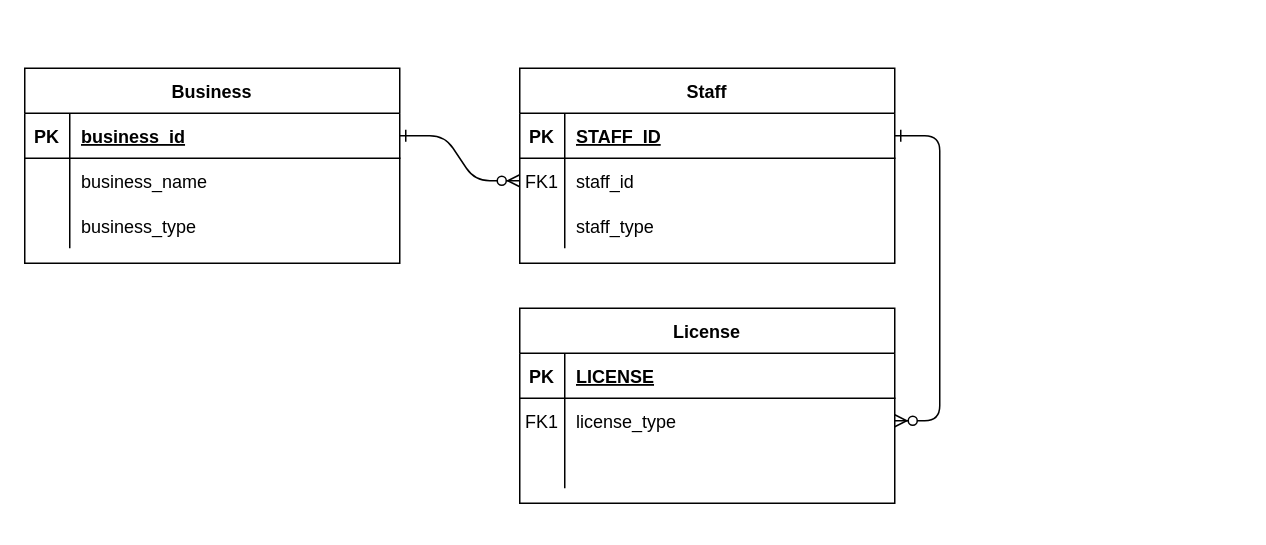
Earlier version of the draw.io diagram hw1.drawio (khiro-ptera/cs585). Source tidied: cells renumbered, new cells numbered last; positions are measured from the earlier drawing's top-left corner, leaving out a move shared by most shapes. Both pictures are drawn from the tidied source at 150%, with x=0, y=0 at pixel (24, 68).
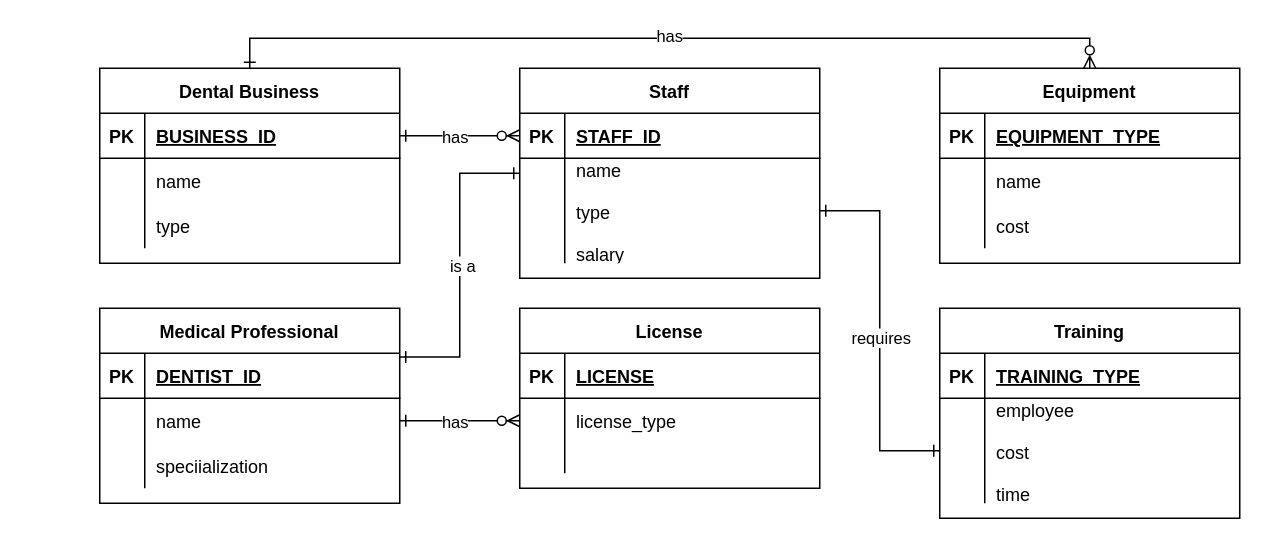
The same diagram, later.

Diff of the diagram source:
```diff
@@
-    <mxCell id="2" style="edgeStyle=entityRelationEdgeStyle;endArrow=ERzeroToMany;startArrow=ERone;endFill=1;startFill=0;" parent="1" edge="1" source="25" target="8">
+    <mxCell id="2" style="edgeStyle=entityRelationEdgeStyle;endArrow=ERzeroToMany;startArrow=ERone;endFill=1;startFill=0;entryX=0;entryY=0.5;entryDx=0;entryDy=0;" parent="1" edge="1" source="25" target="5">
       <mxGeometry relative="1" as="geometry" />
     </mxCell>
+    <mxCell id="34" value="has" style="edgeLabel;html=1;align=center;verticalAlign=middle;" parent="2" vertex="1">
+      <mxGeometry x="-0.07" relative="1" as="geometry">
+        <mxPoint x="-1" as="offset" />
+      </mxGeometry>
+    </mxCell>
-    <mxCell id="3" style="edgeStyle=entityRelationEdgeStyle;endArrow=ERzeroToMany;startArrow=ERone;endFill=1;startFill=0;" parent="1" edge="1" source="5" target="18">
+    <mxCell id="3" style="edgeStyle=entityRelationEdgeStyle;endArrow=ERzeroToMany;startArrow=ERone;endFill=1;startFill=0;entryX=0;entryY=0.5;entryDx=0;entryDy=0;exitX=1;exitY=0.5;exitDx=0;exitDy=0;" parent="1" edge="1" source="44" target="18">
       <mxGeometry relative="1" as="geometry" />
     </mxCell>
+    <mxCell id="35" value="has" style="edgeLabel;html=1;align=center;verticalAlign=middle;" parent="3" vertex="1">
+      <mxGeometry x="-0.09" relative="1" as="geometry" />
+    </mxCell>
+    <mxCell id="36" style="edgeStyle=orthogonalEdgeStyle;rounded=0;jettySize=auto;html=1;entryX=1;entryY=0.25;entryDx=0;entryDy=0;endArrow=ERone;endFill=0;startArrow=ERone;startFill=0;" parent="1" edge="1" source="4" target="40">
+      <mxGeometry relative="1" as="geometry" />
+    </mxCell>
+    <mxCell id="37" value="is a" style="edgeLabel;html=1;align=center;verticalAlign=middle;" parent="36" vertex="1">
+      <mxGeometry x="0.25" y="1" relative="1" as="geometry">
+        <mxPoint y="-26" as="offset" />
+      </mxGeometry>
+    </mxCell>
     <mxCell id="4" value="Staff" style="shape=table;startSize=30;childLayout=tableLayout;rowLines=0;fontStyle=1;align=center;" parent="1" vertex="1">
-      <mxGeometry x="330" width="250" height="130" as="geometry" />
+      <mxGeometry x="330" width="200" height="140" as="geometry" />
     </mxCell>
     <mxCell id="5" style="shape=partialRectangle;fillColor=none;points=[[0,0.5],[1,0.5]];portConstraint=eastwest;top=0;left=0;right=0;bottom=1;" parent="4" vertex="1">
-      <mxGeometry y="30" width="250" height="30" as="geometry" />
+      <mxGeometry y="30" width="200" height="30" as="geometry" />
     </mxCell>
@@
     <mxCell id="7" value="STAFF_ID" style="shape=partialRectangle;overflow=hidden;fillColor=none;top=0;left=0;bottom=0;right=0;align=left;spacingLeft=6;fontStyle=5;" parent="5" vertex="1">
-      <mxGeometry x="30" width="220" height="30" as="geometry" />
+      <mxGeometry x="30" width="170" height="30" as="geometry" />
     </mxCell>
     <mxCell id="8" style="shape=partialRectangle;fillColor=none;points=[[0,0.5],[1,0.5]];portConstraint=eastwest;top=0;left=0;right=0;bottom=0;" parent="4" vertex="1">
-      <mxGeometry y="60" width="250" height="30" as="geometry" />
+      <mxGeometry y="60" width="200" height="70" as="geometry" />
     </mxCell>
-    <mxCell id="9" value="FK1" style="shape=partialRectangle;overflow=hidden;fillColor=none;top=0;left=0;bottom=0;right=0;" parent="8" vertex="1">
-      <mxGeometry width="30" height="30" as="geometry" />
+    <mxCell id="9" style="shape=partialRectangle;overflow=hidden;fillColor=none;top=0;left=0;bottom=0;right=0;" parent="8" vertex="1">
+      <mxGeometry width="30" height="70" as="geometry" />
     </mxCell>
-    <mxCell id="10" value="staff_id" style="shape=partialRectangle;overflow=hidden;fillColor=none;top=0;left=0;bottom=0;right=0;align=left;spacingLeft=6;" parent="8" vertex="1">
-      <mxGeometry x="30" width="220" height="30" as="geometry" />
+    <mxCell id="10" value="name&#10;&#10;type&#10;&#10;salary" style="shape=partialRectangle;overflow=hidden;fillColor=none;top=0;left=0;bottom=0;right=0;align=left;spacingLeft=6;" parent="8" vertex="1">
+      <mxGeometry x="30" width="170" height="70" as="geometry" />
     </mxCell>
-    <mxCell id="11" style="shape=partialRectangle;fillColor=none;top=0;left=0;right=0;bottom=0;" parent="4" vertex="1">
-      <mxGeometry y="90" width="250" height="30" as="geometry" />
-    </mxCell>
-    <mxCell id="12" style="shape=partialRectangle;overflow=hidden;fillColor=none;top=0;left=0;bottom=0;right=0;" parent="11" vertex="1">
-      <mxGeometry width="30" height="30" as="geometry" />
-    </mxCell>
-    <mxCell id="13" value="staff_type" style="shape=partialRectangle;overflow=hidden;fillColor=none;top=0;left=0;bottom=0;right=0;align=left;spacingLeft=6;" parent="11" vertex="1">
-      <mxGeometry x="30" width="220" height="30" as="geometry" />
-    </mxCell>
     <mxCell id="14" value="License" style="shape=table;startSize=30;childLayout=tableLayout;rowLines=0;fontStyle=1;align=center;" parent="1" vertex="1">
-      <mxGeometry x="330" y="160" width="250" height="130" as="geometry" />
+      <mxGeometry x="330" y="160" width="200" height="120" as="geometry" />
     </mxCell>
     <mxCell id="15" style="shape=partialRectangle;fillColor=none;top=0;left=0;right=0;bottom=1;" parent="14" vertex="1">
-      <mxGeometry y="30" width="250" height="30" as="geometry" />
+      <mxGeometry y="30" width="200" height="30" as="geometry" />
     </mxCell>
@@
     <mxCell id="17" value="LICENSE" style="shape=partialRectangle;overflow=hidden;fillColor=none;top=0;left=0;bottom=0;right=0;align=left;spacingLeft=6;fontStyle=5;" parent="15" vertex="1">
-      <mxGeometry x="30" width="220" height="30" as="geometry" />
+      <mxGeometry x="30" width="170" height="30" as="geometry" />
     </mxCell>
     <mxCell id="18" style="shape=partialRectangle;fillColor=none;points=[[0,0.5],[1,0.5]];portConstraint=eastwest;top=0;left=0;right=0;bottom=0;" parent="14" vertex="1">
-      <mxGeometry y="60" width="250" height="30" as="geometry" />
+      <mxGeometry y="60" width="200" height="30" as="geometry" />
     </mxCell>
-    <mxCell id="19" value="FK1" style="shape=partialRectangle;overflow=hidden;fillColor=none;top=0;left=0;bottom=0;right=0;" parent="18" vertex="1">
+    <mxCell id="19" style="shape=partialRectangle;overflow=hidden;fillColor=none;top=0;left=0;bottom=0;right=0;" parent="18" vertex="1">
       <mxGeometry width="30" height="30" as="geometry" />
     </mxCell>
     <mxCell id="20" value="license_type" style="shape=partialRectangle;overflow=hidden;fillColor=none;top=0;left=0;bottom=0;right=0;align=left;spacingLeft=6;" parent="18" vertex="1">
-      <mxGeometry x="30" width="220" height="30" as="geometry" />
+      <mxGeometry x="30" width="170" height="30" as="geometry" />
     </mxCell>
     <mxCell id="21" style="shape=partialRectangle;fillColor=none;top=0;left=0;right=0;bottom=0;" parent="14" vertex="1">
-      <mxGeometry y="90" width="250" height="30" as="geometry" />
+      <mxGeometry y="90" width="200" height="20" as="geometry" />
     </mxCell>
     <mxCell id="22" style="shape=partialRectangle;overflow=hidden;fillColor=none;top=0;left=0;bottom=0;right=0;" parent="21" vertex="1">
-      <mxGeometry width="30" height="30" as="geometry" />
+      <mxGeometry width="30" height="20" as="geometry" />
     </mxCell>
     <mxCell id="23" style="shape=partialRectangle;overflow=hidden;fillColor=none;top=0;left=0;bottom=0;right=0;align=left;spacingLeft=6;" parent="21" vertex="1">
-      <mxGeometry x="30" width="220" height="30" as="geometry" />
+      <mxGeometry x="30" width="170" height="20" as="geometry" />
     </mxCell>
+    <mxCell id="38" style="edgeStyle=orthogonalEdgeStyle;rounded=0;jettySize=auto;html=1;exitX=0.5;exitY=0;exitDx=0;exitDy=0;entryX=0.5;entryY=0;entryDx=0;entryDy=0;endArrow=ERzeroToMany;endFill=0;startArrow=ERone;startFill=0;" parent="1" edge="1" source="24" target="51">
+      <mxGeometry relative="1" as="geometry" />
+    </mxCell>
+    <mxCell id="39" value="has" style="edgeLabel;html=1;align=center;verticalAlign=middle;" parent="38" vertex="1">
+      <mxGeometry x="-0.08" y="2" relative="1" as="geometry">
+        <mxPoint x="23" as="offset" />
+      </mxGeometry>
+    </mxCell>
-    <mxCell id="24" value="Business" style="shape=table;startSize=30;childLayout=tableLayout;rowLines=0;fontStyle=1;align=center;" parent="1" vertex="1">
-      <mxGeometry width="250" height="130" as="geometry" />
+    <mxCell id="24" value="Dental Business" style="shape=table;startSize=30;childLayout=tableLayout;rowLines=0;fontStyle=1;align=center;" parent="1" vertex="1">
+      <mxGeometry x="50" width="200" height="130" as="geometry" />
     </mxCell>
     <mxCell id="25" style="shape=partialRectangle;fillColor=none;points=[[0,0.5],[1,0.5]];portConstraint=eastwest;top=0;left=0;right=0;bottom=1;" parent="24" vertex="1">
-      <mxGeometry y="30" width="250" height="30" as="geometry" />
+      <mxGeometry y="30" width="200" height="30" as="geometry" />
     </mxCell>
@@
-    <mxCell id="27" value="business_id" style="shape=partialRectangle;overflow=hidden;fillColor=none;top=0;left=0;bottom=0;right=0;align=left;spacingLeft=6;fontStyle=5;" parent="25" vertex="1">
-      <mxGeometry x="30" width="220" height="30" as="geometry" />
+    <mxCell id="27" value="BUSINESS_ID" style="shape=partialRectangle;overflow=hidden;fillColor=none;top=0;left=0;bottom=0;right=0;align=left;spacingLeft=6;fontStyle=5;" parent="25" vertex="1">
+      <mxGeometry x="30" width="170" height="30" as="geometry" />
     </mxCell>
     <mxCell id="28" style="shape=partialRectangle;fillColor=none;top=0;left=0;right=0;bottom=0;" parent="24" vertex="1">
-      <mxGeometry y="60" width="250" height="30" as="geometry" />
+      <mxGeometry y="60" width="200" height="30" as="geometry" />
     </mxCell>
@@
-    <mxCell id="30" value="business_name" style="shape=partialRectangle;overflow=hidden;fillColor=none;top=0;left=0;bottom=0;right=0;align=left;spacingLeft=6;" parent="28" vertex="1">
-      <mxGeometry x="30" width="220" height="30" as="geometry" />
+    <mxCell id="30" value="name" style="shape=partialRectangle;overflow=hidden;fillColor=none;top=0;left=0;bottom=0;right=0;align=left;spacingLeft=6;" parent="28" vertex="1">
+      <mxGeometry x="30" width="170" height="30" as="geometry" />
     </mxCell>
     <mxCell id="31" style="shape=partialRectangle;fillColor=none;top=0;left=0;right=0;bottom=0;" parent="24" vertex="1">
-      <mxGeometry y="90" width="250" height="30" as="geometry" />
+      <mxGeometry y="90" width="200" height="30" as="geometry" />
     </mxCell>
@@
-    <mxCell id="33" value="business_type" style="shape=partialRectangle;overflow=hidden;fillColor=none;top=0;left=0;bottom=0;right=0;align=left;spacingLeft=6;" parent="31" vertex="1">
-      <mxGeometry x="30" width="220" height="30" as="geometry" />
+    <mxCell id="33" value="type" style="shape=partialRectangle;overflow=hidden;fillColor=none;top=0;left=0;bottom=0;right=0;align=left;spacingLeft=6;" parent="31" vertex="1">
+      <mxGeometry x="30" width="170" height="30" as="geometry" />
     </mxCell>
+    <mxCell id="40" value="Medical Professional" style="shape=table;startSize=30;childLayout=tableLayout;rowLines=0;fontStyle=1;align=center;" parent="1" vertex="1">
+      <mxGeometry x="50" y="160" width="200" height="130" as="geometry" />
+    </mxCell>
+    <mxCell id="41" style="shape=partialRectangle;fillColor=none;top=0;left=0;right=0;bottom=1;" parent="40" vertex="1">
+      <mxGeometry y="30" width="200" height="30" as="geometry" />
+    </mxCell>
+    <mxCell id="42" value="PK" style="shape=partialRectangle;overflow=hidden;fillColor=none;top=0;left=0;bottom=0;right=0;fontStyle=1;" parent="41" vertex="1">
+      <mxGeometry width="30" height="30" as="geometry" />
+    </mxCell>
+    <mxCell id="43" value="DENTIST_ID" style="shape=partialRectangle;overflow=hidden;fillColor=none;top=0;left=0;bottom=0;right=0;align=left;spacingLeft=6;fontStyle=5;" parent="41" vertex="1">
+      <mxGeometry x="30" width="170" height="30" as="geometry" />
+    </mxCell>
+    <mxCell id="44" style="shape=partialRectangle;fillColor=none;points=[[0,0.5],[1,0.5]];portConstraint=eastwest;top=0;left=0;right=0;bottom=0;" parent="40" vertex="1">
+      <mxGeometry y="60" width="200" height="30" as="geometry" />
+    </mxCell>
+    <mxCell id="45" style="shape=partialRectangle;overflow=hidden;fillColor=none;top=0;left=0;bottom=0;right=0;" parent="44" vertex="1">
+      <mxGeometry width="30" height="30" as="geometry" />
+    </mxCell>
+    <mxCell id="46" value="name" style="shape=partialRectangle;overflow=hidden;fillColor=none;top=0;left=0;bottom=0;right=0;align=left;spacingLeft=6;" parent="44" vertex="1">
+      <mxGeometry x="30" width="170" height="30" as="geometry" />
+    </mxCell>
+    <mxCell id="47" style="shape=partialRectangle;fillColor=none;top=0;left=0;right=0;bottom=0;" parent="40" vertex="1">
+      <mxGeometry y="90" width="200" height="30" as="geometry" />
+    </mxCell>
+    <mxCell id="48" style="shape=partialRectangle;overflow=hidden;fillColor=none;top=0;left=0;bottom=0;right=0;" parent="47" vertex="1">
+      <mxGeometry width="30" height="30" as="geometry" />
+    </mxCell>
+    <mxCell id="49" value="speciialization" style="shape=partialRectangle;overflow=hidden;fillColor=none;top=0;left=0;bottom=0;right=0;align=left;spacingLeft=6;" parent="47" vertex="1">
+      <mxGeometry x="30" width="170" height="30" as="geometry" />
+    </mxCell>
+    <mxCell id="50" style="shape=partialRectangle;overflow=hidden;fillColor=none;top=0;left=0;bottom=0;right=0;" parent="1" vertex="1">
+      <mxGeometry x="380" y="200" width="30" height="30" as="geometry" />
+    </mxCell>
+    <mxCell id="51" value="Equipment" style="shape=table;startSize=30;childLayout=tableLayout;rowLines=0;fontStyle=1;align=center;" parent="1" vertex="1">
+      <mxGeometry x="610" width="200" height="130" as="geometry" />
+    </mxCell>
+    <mxCell id="52" style="shape=partialRectangle;fillColor=none;top=0;left=0;right=0;bottom=1;" parent="51" vertex="1">
+      <mxGeometry y="30" width="200" height="30" as="geometry" />
+    </mxCell>
+    <mxCell id="53" value="PK" style="shape=partialRectangle;overflow=hidden;fillColor=none;top=0;left=0;bottom=0;right=0;fontStyle=1;" parent="52" vertex="1">
+      <mxGeometry width="30" height="30" as="geometry" />
+    </mxCell>
+    <mxCell id="54" value="EQUIPMENT_TYPE" style="shape=partialRectangle;overflow=hidden;fillColor=none;top=0;left=0;bottom=0;right=0;align=left;spacingLeft=6;fontStyle=5;" parent="52" vertex="1">
+      <mxGeometry x="30" width="170" height="30" as="geometry" />
+    </mxCell>
+    <mxCell id="55" style="shape=partialRectangle;fillColor=none;top=0;left=0;right=0;bottom=0;" parent="51" vertex="1">
+      <mxGeometry y="60" width="200" height="30" as="geometry" />
+    </mxCell>
+    <mxCell id="56" style="shape=partialRectangle;overflow=hidden;fillColor=none;top=0;left=0;bottom=0;right=0;" parent="55" vertex="1">
+      <mxGeometry width="30" height="30" as="geometry" />
+    </mxCell>
+    <mxCell id="57" value="name" style="shape=partialRectangle;overflow=hidden;fillColor=none;top=0;left=0;bottom=0;right=0;align=left;spacingLeft=6;" parent="55" vertex="1">
+      <mxGeometry x="30" width="170" height="30" as="geometry" />
+    </mxCell>
+    <mxCell id="58" style="shape=partialRectangle;fillColor=none;top=0;left=0;right=0;bottom=0;" parent="51" vertex="1">
+      <mxGeometry y="90" width="200" height="30" as="geometry" />
+    </mxCell>
+    <mxCell id="59" style="shape=partialRectangle;overflow=hidden;fillColor=none;top=0;left=0;bottom=0;right=0;" parent="58" vertex="1">
+      <mxGeometry width="30" height="30" as="geometry" />
+    </mxCell>
+    <mxCell id="60" value="cost" style="shape=partialRectangle;overflow=hidden;fillColor=none;top=0;left=0;bottom=0;right=0;align=left;spacingLeft=6;" parent="58" vertex="1">
+      <mxGeometry x="30" width="170" height="30" as="geometry" />
+    </mxCell>
+    <mxCell id="61" value="Training" style="shape=table;startSize=30;childLayout=tableLayout;rowLines=0;fontStyle=1;align=center;" parent="1" vertex="1">
+      <mxGeometry x="610" y="160" width="200" height="140" as="geometry" />
+    </mxCell>
+    <mxCell id="62" style="shape=partialRectangle;fillColor=none;top=0;left=0;right=0;bottom=1;" parent="61" vertex="1">
+      <mxGeometry y="30" width="200" height="30" as="geometry" />
+    </mxCell>
+    <mxCell id="63" value="PK" style="shape=partialRectangle;overflow=hidden;fillColor=none;top=0;left=0;bottom=0;right=0;fontStyle=1;" parent="62" vertex="1">
+      <mxGeometry width="30" height="30" as="geometry" />
+    </mxCell>
+    <mxCell id="64" value="TRAINING_TYPE" style="shape=partialRectangle;overflow=hidden;fillColor=none;top=0;left=0;bottom=0;right=0;align=left;spacingLeft=6;fontStyle=5;" parent="62" vertex="1">
+      <mxGeometry x="30" width="170" height="30" as="geometry" />
+    </mxCell>
+    <mxCell id="65" style="shape=partialRectangle;fillColor=none;points=[[0,0.5],[1,0.5]];portConstraint=eastwest;top=0;left=0;right=0;bottom=0;" parent="61" vertex="1">
+      <mxGeometry y="60" width="200" height="70" as="geometry" />
+    </mxCell>
+    <mxCell id="66" style="shape=partialRectangle;overflow=hidden;fillColor=none;top=0;left=0;bottom=0;right=0;" parent="65" vertex="1">
+      <mxGeometry width="30" height="70" as="geometry" />
+    </mxCell>
+    <mxCell id="67" value="employee&#10;&#10;cost&#10;&#10;time" style="shape=partialRectangle;overflow=hidden;fillColor=none;top=0;left=0;bottom=0;right=0;align=left;spacingLeft=6;" parent="65" vertex="1">
+      <mxGeometry x="30" width="170" height="70" as="geometry" />
+    </mxCell>
+    <mxCell id="68" style="edgeStyle=orthogonalEdgeStyle;rounded=0;jettySize=auto;html=1;exitX=1;exitY=0.5;exitDx=0;exitDy=0;entryX=0;entryY=0.5;entryDx=0;entryDy=0;endArrow=ERone;endFill=0;startArrow=ERone;startFill=0;" parent="1" edge="1" source="8" target="65">
+      <mxGeometry relative="1" as="geometry" />
+    </mxCell>
+    <mxCell id="69" value="requires" style="edgeLabel;html=1;align=center;verticalAlign=middle;" parent="68" vertex="1">
+      <mxGeometry x="0.03" relative="1" as="geometry" />
+    </mxCell>
```
